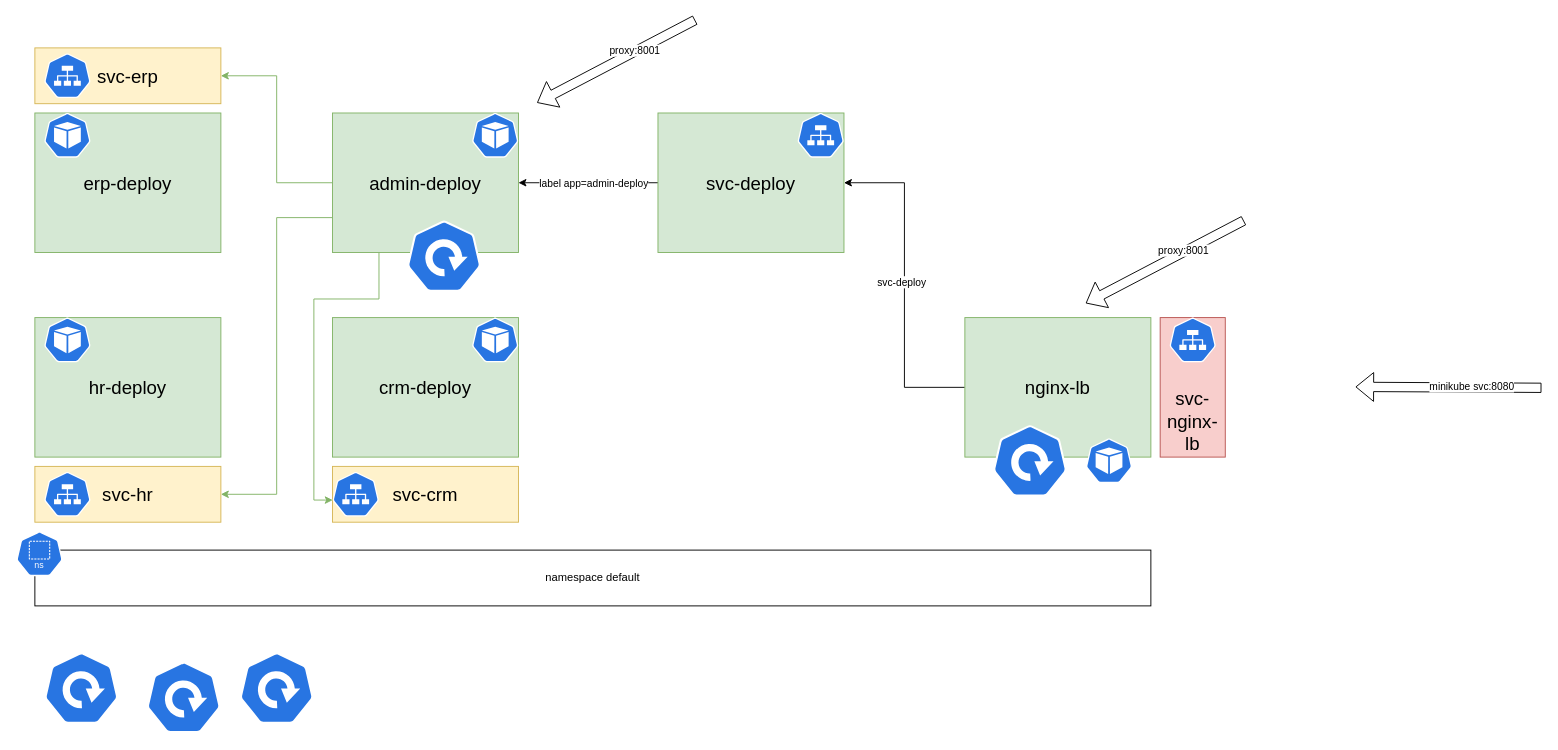
Before: page "exercice1-kube" (6 of 6) of planning.drawio in argonaultes-education/hexagone-3b-3INSI-2026, a draw.io diagram. Source tidied: cells renumbered, new cells numbered last; positions are measured from the earlier drawing's top-left corner, leaving out a move shared by most shapes. Both pictures are drawn from the tidied source at 93%, with x=0, y=0 at pixel (16, 20).
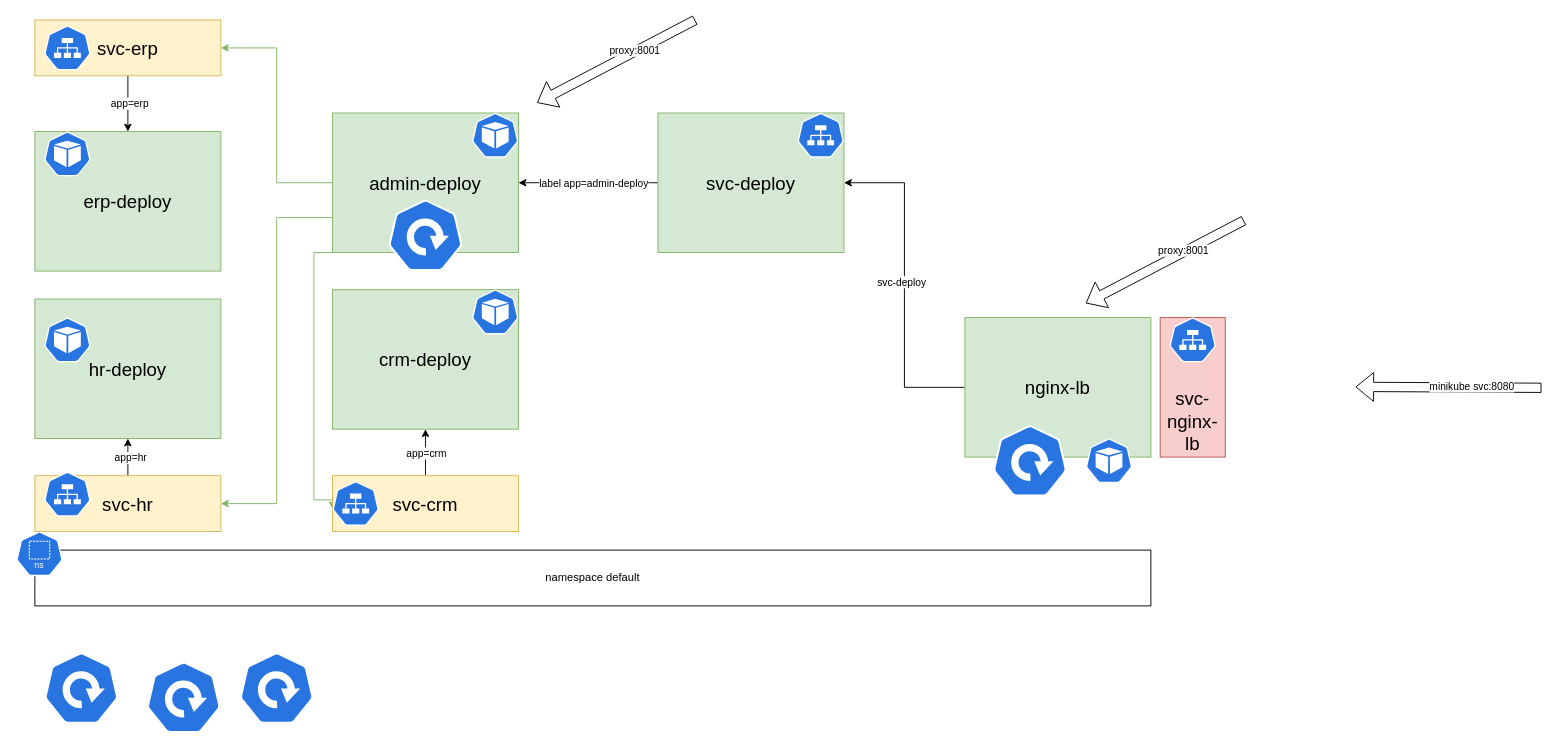
Above is the later version.

Commit message (it also covers changes not shown here):
update schema and strike

The change refers to these unchanged cells:
```xml
<mxCell id="14" value="admin-deploy" style="rounded=0;whiteSpace=wrap;html=1;fontSize=20;fillColor=#d5e8d4;strokeColor=#82b366;" parent="1" vertex="1">
  <mxGeometry x="340" y="100" width="200" height="150" as="geometry" />
</mxCell>
```

What changed in the source:
```diff
@@
     <mxCell id="2" value="hr-deploy" style="rounded=0;whiteSpace=wrap;html=1;fontSize=20;fillColor=#d5e8d4;strokeColor=#82b366;" parent="1" vertex="1">
-      <mxGeometry x="20" y="320" width="200" height="150" as="geometry" />
+      <mxGeometry x="20" y="300" width="200" height="150" as="geometry" />
     </mxCell>
@@
     <mxCell id="6" style="edgeStyle=orthogonalEdgeStyle;rounded=0;jettySize=auto;html=1;fillColor=#d5e8d4;strokeColor=#82b366;entryX=0.005;entryY=0.63;entryDx=0;entryDy=0;entryPerimeter=0;exitX=0.25;exitY=1;exitDx=0;exitDy=0;" parent="1" edge="1" source="14" target="38">
       <mxGeometry relative="1" as="geometry">
         <Array as="points">
-          <mxPoint x="390" y="300" />
-          <mxPoint x="320" y="300" />
+          <mxPoint x="320" y="250" />
           <mxPoint x="320" y="516" />
         </Array>
       </mxGeometry>
     </mxCell>
     <mxCell id="7" value="crm-deploy" style="rounded=0;whiteSpace=wrap;html=1;fontSize=20;fillColor=#d5e8d4;strokeColor=#82b366;" parent="1" vertex="1">
-      <mxGeometry x="340" y="320" width="200" height="150" as="geometry" />
+      <mxGeometry x="340" y="290" width="200" height="150" as="geometry" />
     </mxCell>
@@
     <mxCell id="9" value="erp-deploy" style="rounded=0;whiteSpace=wrap;html=1;fontSize=20;fillColor=#d5e8d4;strokeColor=#82b366;" parent="1" vertex="1">
-      <mxGeometry x="20" y="100" width="200" height="150" as="geometry" />
+      <mxGeometry x="20" y="120" width="200" height="150" as="geometry" />
     </mxCell>
     <mxCell id="10" style="sketch=0;html=1;dashed=0;whitespace=wrap;verticalLabelPosition=bottom;verticalAlign=top;fillColor=#2875E2;strokeColor=#ffffff;shape=mxgraph.kubernetes.icon2;prIcon=pod;" parent="1" vertex="1">
-      <mxGeometry x="30" y="100" width="50" height="48" as="geometry" />
+      <mxGeometry x="30" y="120" width="50" height="48" as="geometry" />
     </mxCell>
@@
     <mxCell id="13" style="rounded=0;jettySize=auto;html=1;entryX=1;entryY=0.5;entryDx=0;entryDy=0;edgeStyle=orthogonalEdgeStyle;fillColor=#d5e8d4;strokeColor=#82b366;exitX=0;exitY=0.75;exitDx=0;exitDy=0;" parent="1" edge="1" source="14" target="31">
       <mxGeometry relative="1" as="geometry">
         <Array as="points">
           <mxPoint x="280" y="213" />
-          <mxPoint x="280" y="510" />
+          <mxPoint x="280" y="520" />
         </Array>
       </mxGeometry>
     </mxCell>
@@
     <mxCell id="16" style="sketch=0;html=1;dashed=0;whitespace=wrap;verticalLabelPosition=bottom;verticalAlign=top;fillColor=#2875E2;strokeColor=#ffffff;shape=mxgraph.kubernetes.icon2;prIcon=deploy;" parent="1" vertex="1">
-      <mxGeometry x="420" y="215.6" width="80" height="76.8" as="geometry" />
+      <mxGeometry x="400" y="193.2" width="80" height="76.8" as="geometry" />
     </mxCell>
@@
+    <mxCell id="42" style="edgeStyle=orthogonalEdgeStyle;rounded=0;jettySize=auto;html=1;" parent="1" edge="1" source="30" target="9">
+      <mxGeometry relative="1" as="geometry" />
+    </mxCell>
+    <mxCell id="43" value="app=erp" style="edgeLabel;html=1;align=center;verticalAlign=middle;" parent="42" vertex="1">
+      <mxGeometry x="-0.03" y="1" relative="1" as="geometry" />
+    </mxCell>
     <mxCell id="30" value="svc-erp" style="rounded=0;whiteSpace=wrap;html=1;fontSize=20;fillColor=#fff2cc;strokeColor=#d6b656;" parent="1" vertex="1">
-      <mxGeometry x="20" y="30" width="200" height="60" as="geometry" />
+      <mxGeometry x="20" width="200" height="60" as="geometry" />
     </mxCell>
+    <mxCell id="44" style="edgeStyle=orthogonalEdgeStyle;rounded=0;jettySize=auto;html=1;" parent="1" edge="1" source="31" target="2">
+      <mxGeometry relative="1" as="geometry" />
+    </mxCell>
+    <mxCell id="45" value="app=hr" style="edgeLabel;html=1;align=center;verticalAlign=middle;" parent="44" vertex="1">
+      <mxGeometry y="-2" relative="1" as="geometry" />
+    </mxCell>
     <mxCell id="31" value="svc-hr" style="rounded=0;whiteSpace=wrap;html=1;fontSize=20;fillColor=#fff2cc;strokeColor=#d6b656;" parent="1" vertex="1">
-      <mxGeometry x="20" y="480" width="200" height="60" as="geometry" />
+      <mxGeometry x="20" y="490" width="200" height="60" as="geometry" />
     </mxCell>
+    <mxCell id="46" style="edgeStyle=orthogonalEdgeStyle;rounded=0;jettySize=auto;html=1;" parent="1" edge="1" source="32" target="7">
+      <mxGeometry relative="1" as="geometry" />
+    </mxCell>
+    <mxCell id="47" value="app=crm" style="edgeLabel;html=1;align=center;verticalAlign=middle;" parent="46" vertex="1">
+      <mxGeometry relative="1" as="geometry" />
+    </mxCell>
     <mxCell id="32" value="svc-crm" style="rounded=0;whiteSpace=wrap;html=1;fontSize=20;fillColor=#fff2cc;strokeColor=#d6b656;" parent="1" vertex="1">
-      <mxGeometry x="340" y="480" width="200" height="60" as="geometry" />
+      <mxGeometry x="340" y="490" width="200" height="60" as="geometry" />
     </mxCell>
@@
     <mxCell id="34" style="sketch=0;html=1;dashed=0;whitespace=wrap;verticalLabelPosition=bottom;verticalAlign=top;fillColor=#2875E2;strokeColor=#ffffff;shape=mxgraph.kubernetes.icon2;prIcon=pod;" parent="1" vertex="1">
-      <mxGeometry x="490" y="320" width="50" height="48" as="geometry" />
+      <mxGeometry x="490" y="290" width="50" height="48" as="geometry" />
     </mxCell>
@@
     <mxCell id="36" style="sketch=0;html=1;dashed=0;whitespace=wrap;verticalLabelPosition=bottom;verticalAlign=top;fillColor=#2875E2;strokeColor=#ffffff;shape=mxgraph.kubernetes.icon2;prIcon=svc;" parent="1" vertex="1">
-      <mxGeometry x="30" y="36" width="50" height="48" as="geometry" />
+      <mxGeometry x="30" y="6" width="50" height="48" as="geometry" />
     </mxCell>
@@
     <mxCell id="38" style="sketch=0;html=1;dashed=0;whitespace=wrap;verticalLabelPosition=bottom;verticalAlign=top;fillColor=#2875E2;strokeColor=#ffffff;points=[[0.005,0.63,0],[0.1,0.2,0],[0.9,0.2,0],[0.5,0,0],[0.995,0.63,0],[0.72,0.99,0],[0.5,1,0],[0.28,0.99,0]];shape=mxgraph.kubernetes.icon2;prIcon=svc;" parent="1" vertex="1">
-      <mxGeometry x="340" y="486" width="50" height="48" as="geometry" />
+      <mxGeometry x="340" y="496" width="50" height="48" as="geometry" />
     </mxCell>
```
